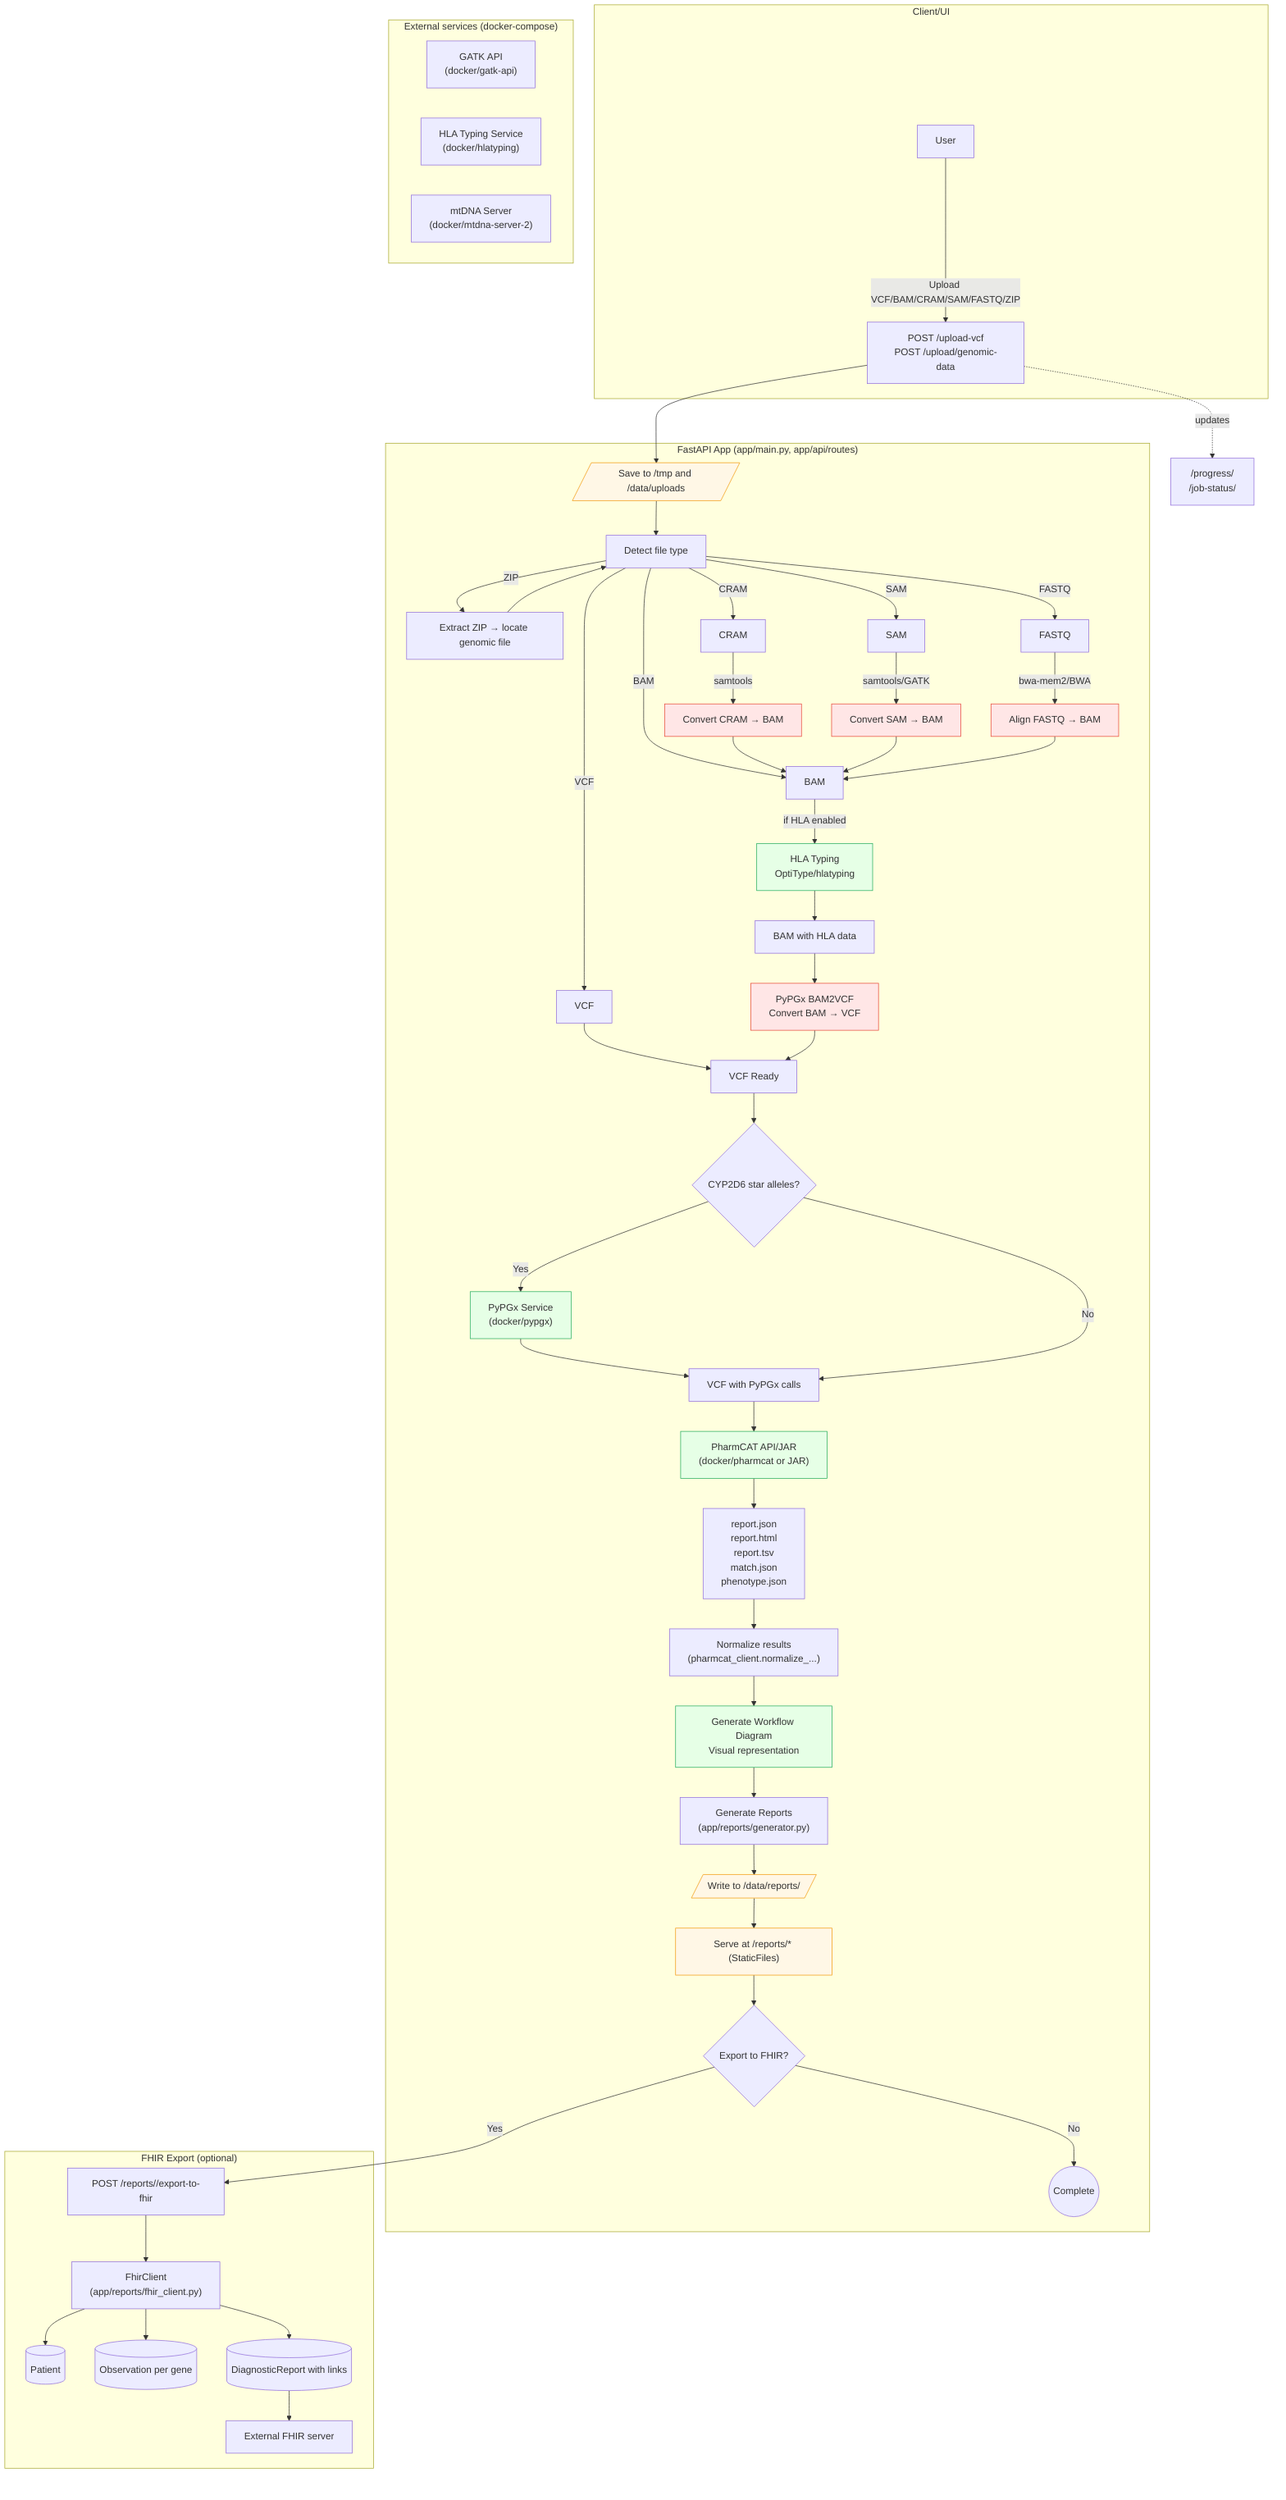
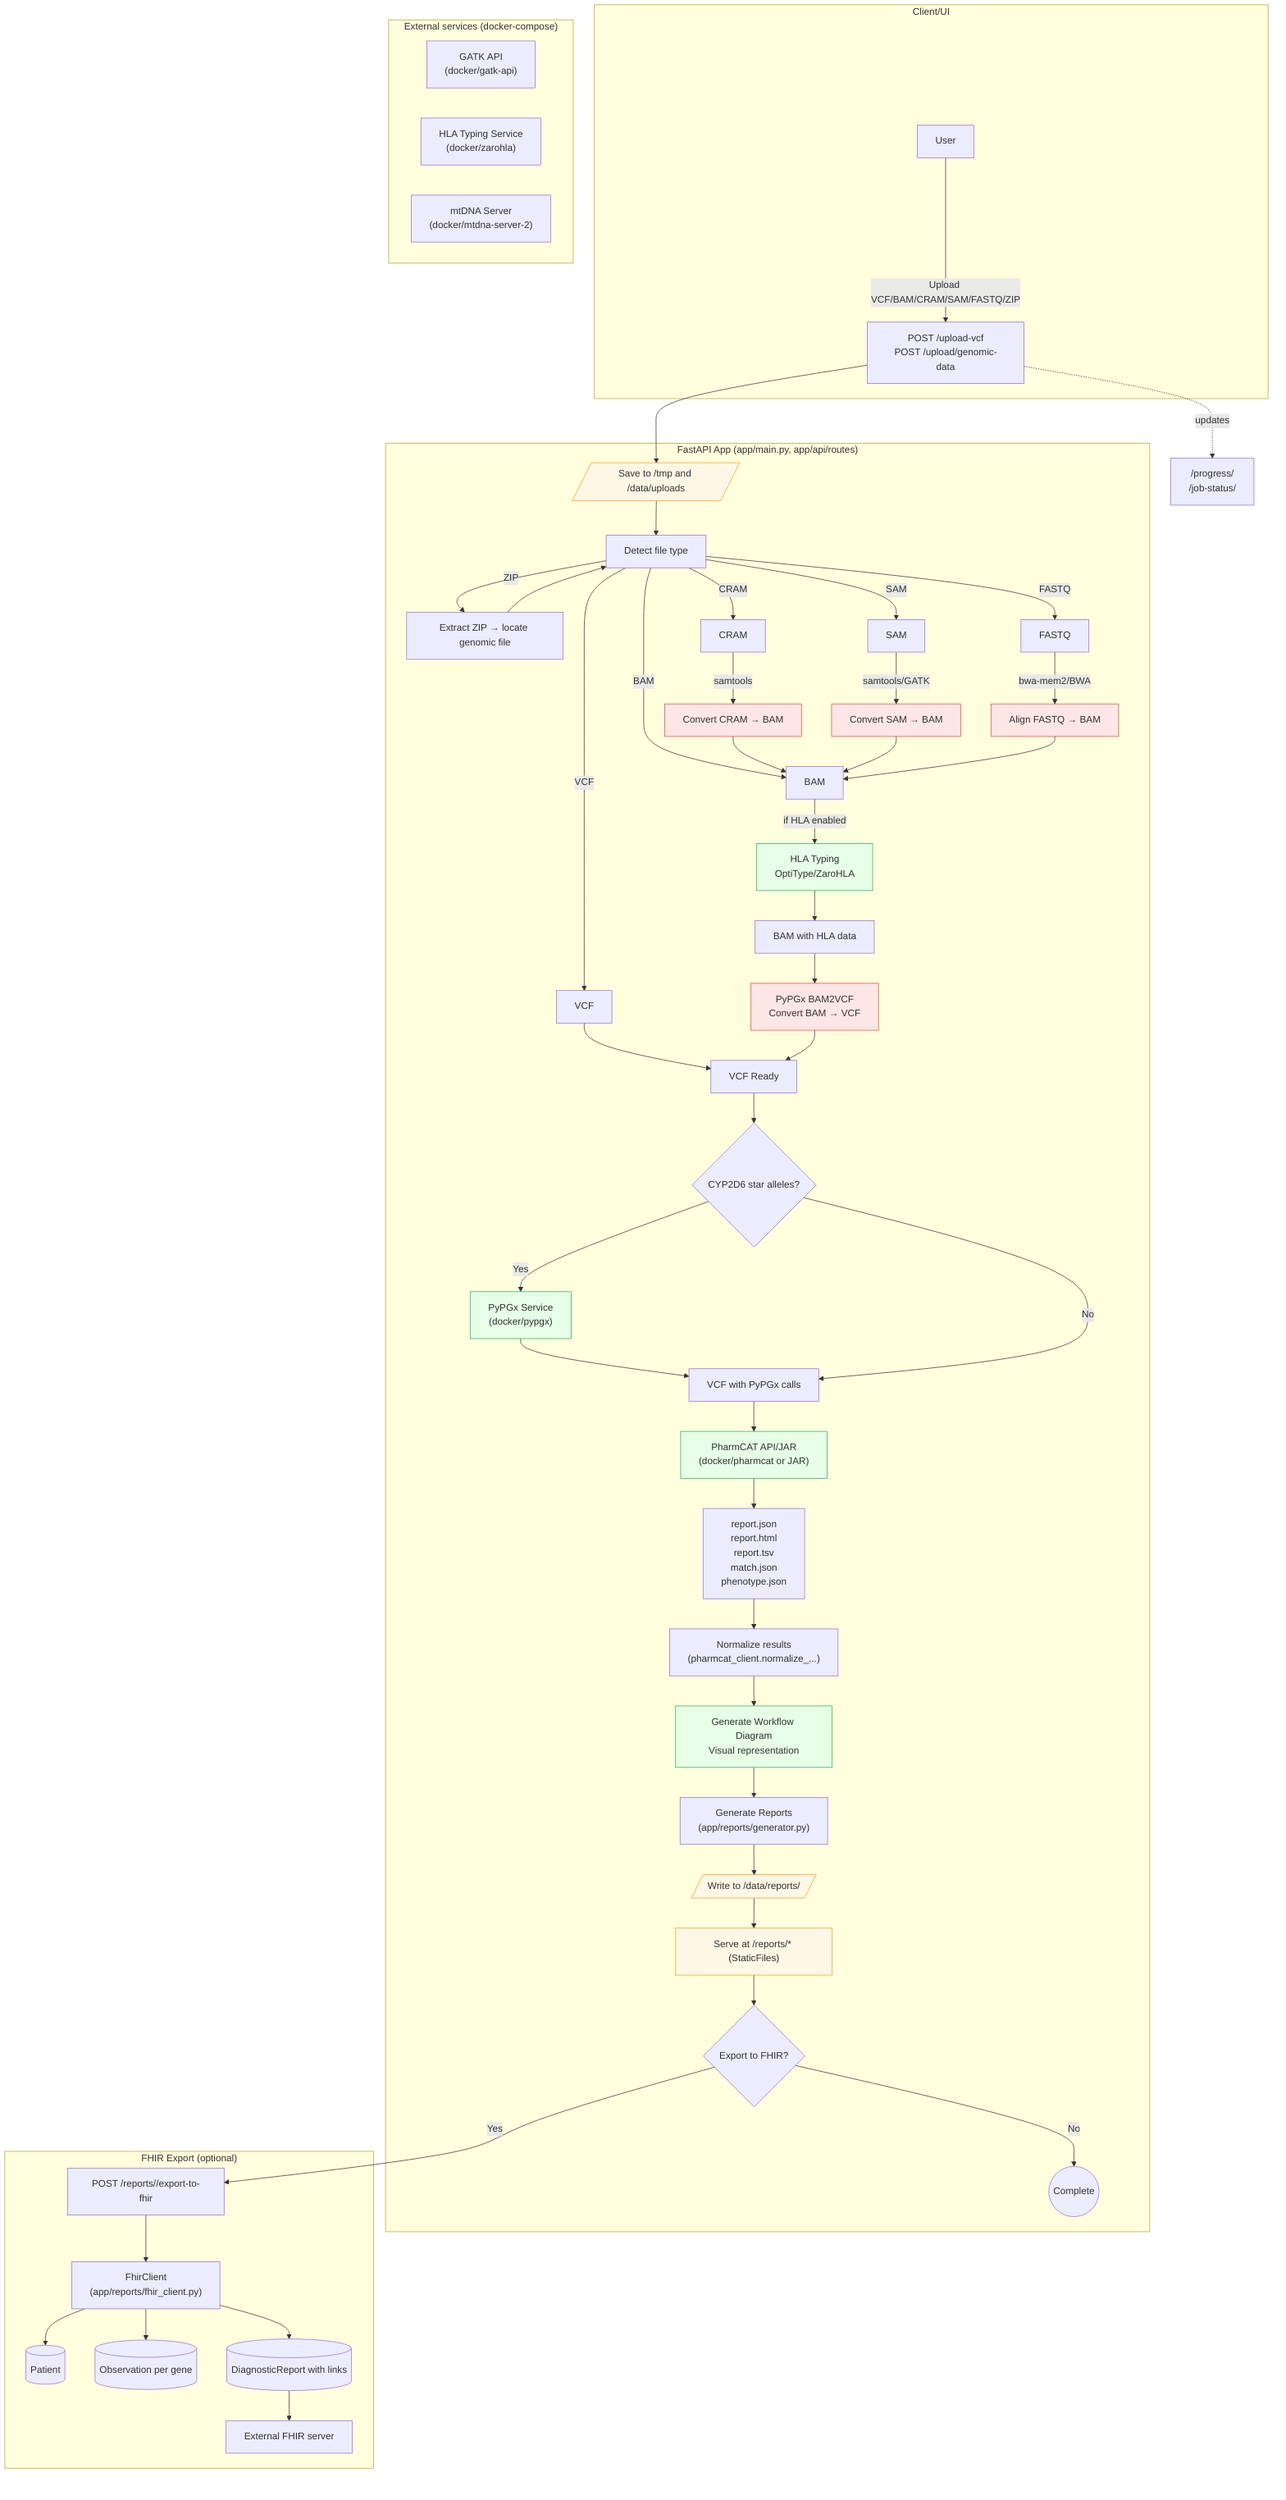
flowchart TD
  %% ZaroPGx end-to-end processing flow

  subgraph Client["Client/UI"]
    U[User]
    U -->|Upload VCF/BAM/CRAM/SAM/FASTQ/ZIP| UploadEndpoints["POST /upload-vcf<br/>POST /upload/genomic-data"]
  end

  subgraph FastAPI["FastAPI App (app/main.py, app/api/routes)"]
    UploadEndpoints --> SaveTmp[/Save to /tmp and /data/uploads/]
    SaveTmp --> Detect[Detect file type]
    Detect -->|ZIP| Extract[Extract ZIP → locate genomic file]
    Extract --> Detect

    %% File type routing
    Detect -->|VCF| VCF[VCF]
    Detect -->|BAM| BAM[BAM]
    Detect -->|CRAM| CRAM[CRAM]
    Detect -->|SAM| SAM[SAM]
    Detect -->|FASTQ| FASTQ[FASTQ]

    %% File conversion paths
    CRAM -->|samtools| ConvertCRAM[Convert CRAM → BAM]
    SAM -->|samtools/GATK| ConvertSAM[Convert SAM → BAM]
    FASTQ -->|bwa-mem2/BWA| AlignFASTQ[Align FASTQ → BAM]

    ConvertCRAM --> BAM
    ConvertSAM --> BAM
    AlignFASTQ --> BAM

    %% HLA typing for alignment files
-     BAM -->|if HLA enabled| HLA[HLA Typing<br/>OptiType/hlatyping]
+     BAM -->|if HLA enabled| HLA[HLA Typing<br/>OptiType/ZaroHLA]
    HLA --> BAM_HLA[BAM with HLA data]
    BAM_HLA --> PyPGx_BAM2VCF[PyPGx BAM2VCF<br/>Convert BAM → VCF]

    %% Direct VCF path
    VCF --> VCF_Ready[VCF Ready]
    PyPGx_BAM2VCF --> VCF_Ready

    %% PyPGx analysis decision
    VCF_Ready --> PYP_DEC{CYP2D6 star alleles?}
    PYP_DEC -->|Yes| PYP[PyPGx Analysis<br/>Star allele calling]
    PYP --> VCF_Processed[VCF with PyPGx calls]
    PYP_DEC -->|No| VCF_Processed

    %% PharmCAT analysis
    VCF_Processed --> PCAT[PharmCAT Analysis<br/>Drug recommendations]
    PCAT --> PCOutputs["report.json<br/>report.html<br/>report.tsv<br/>match.json<br/>phenotype.json"]

    %% Report generation pipeline
    PCOutputs --> Normalize["Normalize results<br/>(pharmcat_client.normalize_...)"]
    Normalize --> WorkflowDiagram[Generate Workflow Diagram<br/>Visual representation]
    WorkflowDiagram --> Generate["Generate Reports<br/>(app/reports/generator.py)"]
    Generate --> ReportsDir[/Write to /data/reports/<report_id>/]
    ReportsDir --> Serve["Serve at /reports/* (StaticFiles)"]
    Serve --> ExportDec{Export to FHIR?}
    ExportDec -->|No| Done((Complete))
  end

  subgraph Services["External services (docker-compose)"]
    GATK["GATK API<br/>(docker/gatk-api)"]
-     HLA_SVC["HLA Typing Service<br/>(docker/hlatyping)"]
+     HLA_SVC["HLA Typing Service<br/>(docker/zarohla)"]
    PYP["PyPGx Service<br/>(docker/pypgx)"]
    PCAT["PharmCAT API/JAR<br/>(docker/pharmcat or JAR)"]
    MTDNA["mtDNA Server<br/>(docker/mtdna-server-2)"]
  end

  subgraph FHIR["FHIR Export (optional)"]
    ExportDec -->|Yes| FhirRoute["POST /reports/<report_id>/export-to-fhir"]
    FhirRoute --> FhirClient["FhirClient<br/>(app/reports/fhir_client.py)"]
    FhirClient --> Patient[(Patient)]
    FhirClient --> Observations[(Observation per gene)]
    FhirClient --> DiagnosticReport[(DiagnosticReport with links)]
    DiagnosticReport --> EHR[External FHIR server]
  end

  %% Progress tracking
  UploadEndpoints -. updates .-> JobStatus["/progress/<job_id><br/>/job-status/<job_id>"]

  %% Styling
  classDef app fill:#e7f0ff,stroke:#5b8def,stroke-width:1px;
  classDef svc fill:#f8f1ff,stroke:#9b59b6,stroke-width:1px;
  classDef fhir fill:#eaffea,stroke:#27ae60,stroke-width:1px;
  classDef io fill:#fff7e6,stroke:#f39c12,stroke-width:1px;
  classDef conversion fill:#ffe6e6,stroke:#e74c3c,stroke-width:1px;
  classDef analysis fill:#e6ffe6,stroke:#27ae60,stroke-width:1px;

  class ReportsDir,Serve,SaveTmp io;
  class ConvertCRAM,ConvertSAM,AlignFASTQ,PyPGx_BAM2VCF conversion;
  class HLA,PYP,PCAT,WorkflowDiagram analysis;
